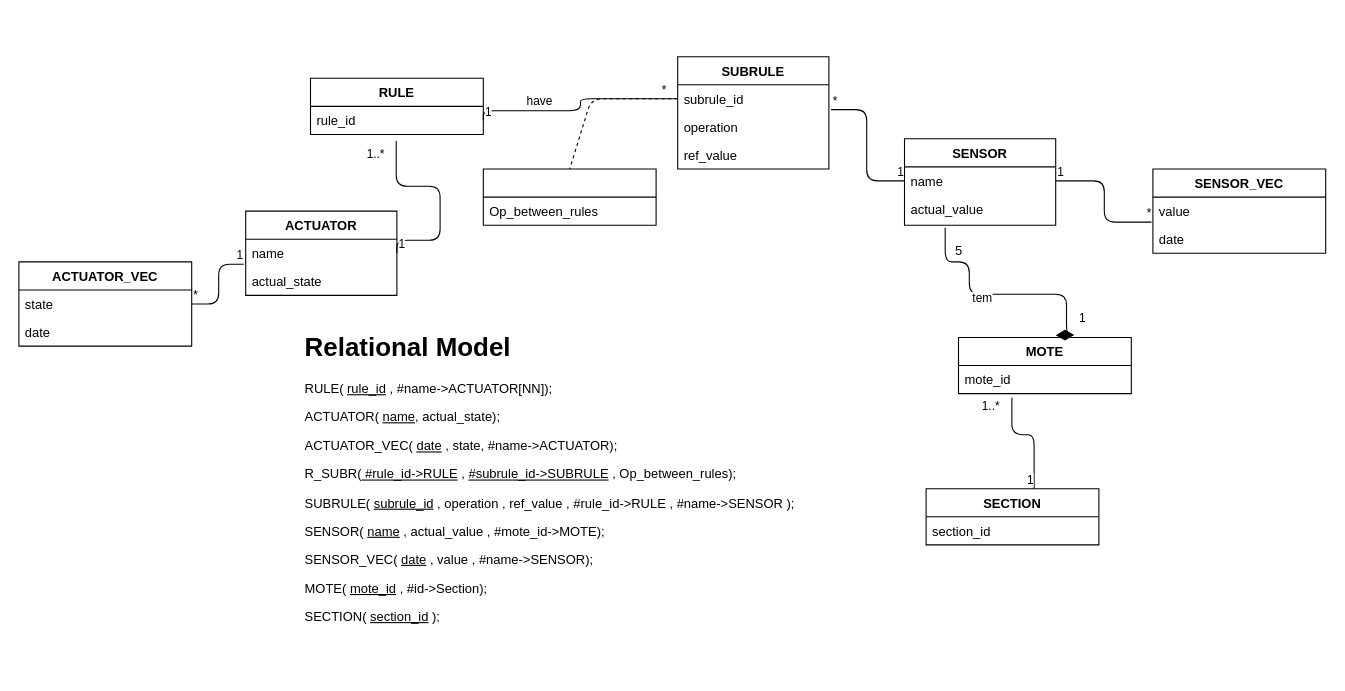
Before: page "Page-3" (3 of 3) of squematics/DB.drawio in Automation-yatata/Industry4.0-PizzaPlace, a draw.io diagram. Source tidied: cells renumbered, new cells numbered last; positions are measured from the earlier drawing's top-left corner, leaving out a move shared by most shapes. Both pictures are drawn from the tidied source at 108%, with x=0, y=0 at pixel (18, 56).
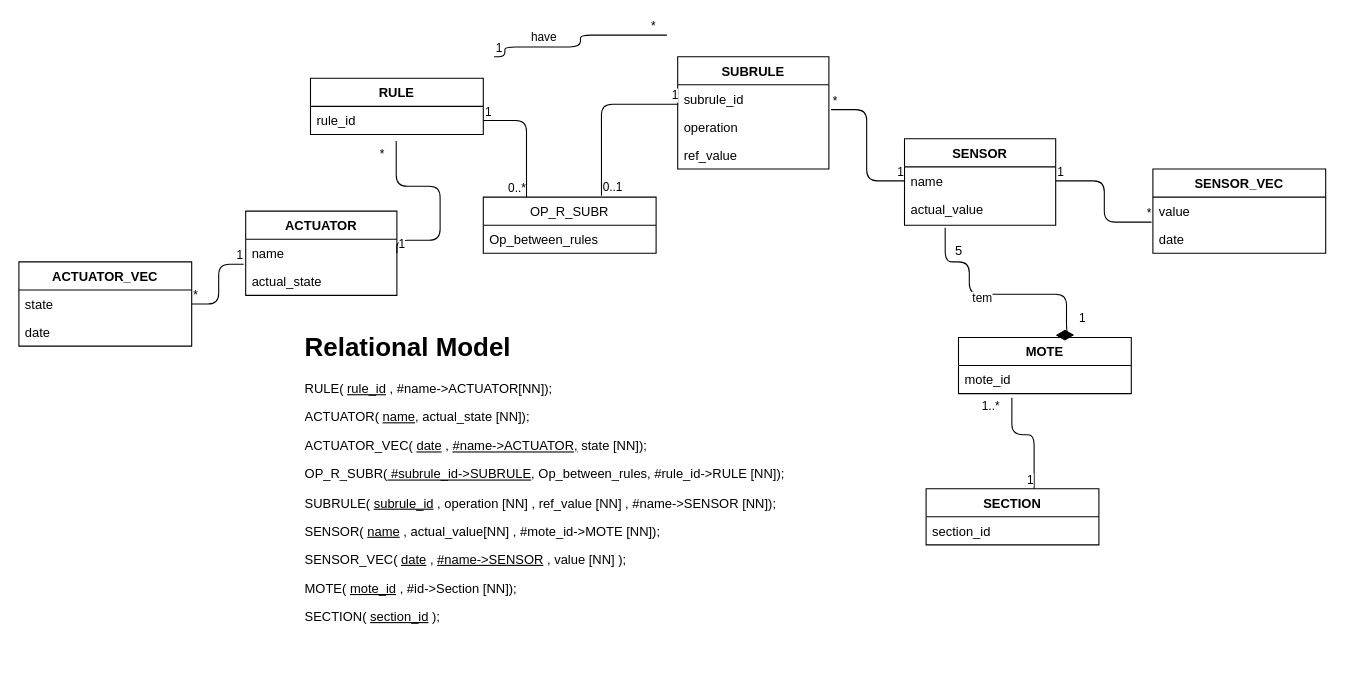
After the change.

The change refers to these unchanged cells:
```xml
<mxCell id="3" value="rule_id" style="text;strokeColor=none;fillColor=none;align=left;verticalAlign=top;spacingLeft=4;spacingRight=4;overflow=hidden;points=[[0,0.5],[1,0.5]];portConstraint=eastwest;fontStyle=0;" parent="2" vertex="1">
  <mxGeometry y="26" width="160" height="26" as="geometry" />
</mxCell>
<mxCell id="5" value="subrule_id" style="text;strokeColor=none;fillColor=none;align=left;verticalAlign=top;spacingLeft=4;spacingRight=4;overflow=hidden;points=[[0,0.5],[1,0.5]];portConstraint=eastwest;fontStyle=0;" parent="4" vertex="1">
  <mxGeometry y="26" width="140" height="26" as="geometry" />
</mxCell>
<mxCell id="18" style="endArrow=none;html=1;edgeStyle=orthogonalEdgeStyle;exitX=1;exitY=0.5;exitDx=0;exitDy=0;entryX=0.496;entryY=1.233;entryDx=0;entryDy=0;entryPerimeter=0;" parent="1" edge="1" source="16" target="3">
  <mxGeometry relative="1" as="geometry">
    <Array as="points">
      <mxPoint x="350" y="170" />
      <mxPoint x="390" y="170" />
      <mxPoint x="390" y="120" />
      <mxPoint x="349" y="120" />
    </Array>
  </mxGeometry>
</mxCell>
```

Diff of the diagram source:
```diff
@@
-    <mxCell id="8" style="endArrow=none;html=1;edgeStyle=orthogonalEdgeStyle;exitX=1;exitY=0.5;exitDx=0;exitDy=0;entryX=0;entryY=0.5;entryDx=0;entryDy=0;" parent="1" edge="1" source="3" target="5">
+    <mxCell id="8" style="endArrow=none;html=1;edgeStyle=orthogonalEdgeStyle;" parent="1" edge="1">
       <mxGeometry relative="1" as="geometry">
+        <mxPoint x="440" as="sourcePoint" />
+        <mxPoint x="600" y="-20" as="targetPoint" />
         <Array as="points">
-          <mxPoint x="430" y="50" />
-          <mxPoint x="520" y="50" />
-          <mxPoint x="520" y="39" />
+          <mxPoint x="450" />
+          <mxPoint x="450" y="-9" />
+          <mxPoint x="520" y="-9" />
+          <mxPoint x="520" y="-20" />
         </Array>
       </mxGeometry>
     </mxCell>
@@
-    <mxCell id="20" value="1..*" style="edgeLabel;html=1;align=right;verticalAlign=bottom;" parent="18" vertex="1">
+    <mxCell id="20" value="*" style="edgeLabel;html=1;align=right;verticalAlign=bottom;" parent="18" vertex="1">
       <mxGeometry x="1" relative="1" as="geometry">
         <mxPoint x="-10" y="20" as="offset" />
       </mxGeometry>
     </mxCell>
-    <mxCell id="21" style="endArrow=none;dashed=1;html=1;endFill=0;entryX=0.5;entryY=0;entryDx=0;entryDy=0;exitX=0;exitY=0.5;exitDx=0;exitDy=0;" parent="1" edge="1" source="5" target="22">
-      <mxGeometry relative="1" as="geometry">
-        <Array as="points">
-          <mxPoint x="530" y="39" />
-        </Array>
-      </mxGeometry>
-    </mxCell>
-    <mxCell id="22" style="swimlane;fontStyle=0;horizontal=1;startSize=26;fillColor=none;" parent="1" vertex="1">
-      <mxGeometry x="430" y="104" width="160" height="52" as="geometry" />
+    <mxCell id="22" value="OP_R_SUBR" style="swimlane;fontStyle=0;horizontal=1;startSize=26;fillColor=none;" parent="1" vertex="1">
+      <mxGeometry x="430" y="130" width="160" height="52" as="geometry" />
     </mxCell>
@@
-    <mxCell id="37" value="&lt;h1&gt;Relational Model&lt;/h1&gt;&lt;p&gt;RULE( &lt;u&gt;rule_id&lt;/u&gt; , #name-&amp;gt;ACTUATOR[NN]);&lt;/p&gt;&lt;p&gt;ACTUATOR( &lt;u&gt;name&lt;/u&gt;, actual_state);&lt;/p&gt;&lt;p&gt;ACTUATOR_VEC( &lt;u&gt;date&lt;/u&gt;&amp;nbsp;, state, #name-&amp;gt;ACTUATOR);&lt;/p&gt;&lt;p&gt;R_SUBR(&lt;u&gt; #rule_id-&amp;gt;RULE&lt;/u&gt; , &lt;u&gt;#subrule_id-&amp;gt;SUBRULE&lt;/u&gt; , Op_between_rules);&lt;/p&gt;&lt;p&gt;SUBRULE( &lt;u&gt;subrule_id&lt;/u&gt;&amp;nbsp;, operation , ref_value , #rule_id-&amp;gt;RULE , #name-&amp;gt;SENSOR );&lt;/p&gt;&lt;p&gt;SENSOR( &lt;u&gt;name&lt;/u&gt;&amp;nbsp;, actual_value , #mote_id-&amp;gt;MOTE);&lt;/p&gt;&lt;p&gt;SENSOR_VEC( &lt;u&gt;date&lt;/u&gt;&amp;nbsp;, value , #name-&amp;gt;SENSOR);&lt;/p&gt;&lt;p&gt;MOTE( &lt;u&gt;mote_id&lt;/u&gt;&amp;nbsp;, #id-&amp;gt;Section);&lt;/p&gt;&lt;p&gt;SECTION( &lt;u&gt;section_id&lt;/u&gt;&amp;nbsp;);&amp;nbsp;&lt;/p&gt;&lt;p&gt;&lt;br&gt;&lt;/p&gt;" style="text;html=1;strokeColor=none;fillColor=none;spacing=5;spacingTop=-20;whiteSpace=wrap;overflow=hidden;rounded=0;" parent="1" vertex="1">
+    <mxCell id="37" value="&lt;h1&gt;Relational Model&lt;/h1&gt;&lt;p&gt;RULE( &lt;u&gt;rule_id&lt;/u&gt; , #name-&amp;gt;ACTUATOR[NN]);&lt;/p&gt;&lt;p&gt;ACTUATOR( &lt;u&gt;name&lt;/u&gt;, actual_state [NN]);&lt;/p&gt;&lt;p&gt;ACTUATOR_VEC( &lt;u&gt;date&lt;/u&gt;&amp;nbsp;,&amp;nbsp;&lt;u&gt;#name-&amp;gt;ACTUATOR,&lt;/u&gt;&amp;nbsp;state [NN]);&lt;/p&gt;&lt;p&gt;OP_R_SUBR(&lt;u&gt; #subrule_id-&amp;gt;SUBRULE&lt;/u&gt;, Op_between_rules, #rule_id-&amp;gt;RULE [NN]);&lt;/p&gt;&lt;p&gt;SUBRULE( &lt;u&gt;subrule_id&lt;/u&gt;&amp;nbsp;, operation [NN] , ref_value [NN] , #name-&amp;gt;SENSOR [NN]);&lt;/p&gt;&lt;p&gt;SENSOR( &lt;u&gt;name&lt;/u&gt;&amp;nbsp;, actual_value[NN] , #mote_id-&amp;gt;MOTE [NN]);&lt;/p&gt;&lt;p&gt;SENSOR_VEC( &lt;u&gt;date&lt;/u&gt;&amp;nbsp;,&amp;nbsp;&lt;u&gt;#name-&amp;gt;SENSOR&lt;/u&gt;&amp;nbsp;, value [NN] );&lt;/p&gt;&lt;p&gt;MOTE( &lt;u&gt;mote_id&lt;/u&gt;&amp;nbsp;, #id-&amp;gt;Section [NN]);&lt;/p&gt;&lt;p&gt;SECTION( &lt;u&gt;section_id&lt;/u&gt;&amp;nbsp;);&amp;nbsp;&lt;/p&gt;&lt;p&gt;&lt;br&gt;&lt;/p&gt;" style="text;html=1;strokeColor=none;fillColor=none;spacing=5;spacingTop=-20;whiteSpace=wrap;overflow=hidden;rounded=0;" parent="1" vertex="1">
       <mxGeometry x="260" y="250" width="500" height="320" as="geometry" />
     </mxCell>
@@
+    <mxCell id="50" style="endArrow=none;html=1;edgeStyle=orthogonalEdgeStyle;exitX=1;exitY=0.5;exitDx=0;exitDy=0;entryX=0.25;entryY=0;entryDx=0;entryDy=0;" parent="1" edge="1" source="3" target="22">
+      <mxGeometry relative="1" as="geometry" />
+    </mxCell>
+    <mxCell id="51" value="1" style="edgeLabel;html=1;align=left;verticalAlign=bottom;" parent="50" vertex="1">
+      <mxGeometry x="-1" relative="1" as="geometry" />
+    </mxCell>
+    <mxCell id="52" value="0..*" style="edgeLabel;html=1;align=right;verticalAlign=bottom;" parent="50" vertex="1">
+      <mxGeometry x="1" relative="1" as="geometry" />
+    </mxCell>
+    <mxCell id="53" style="endArrow=none;html=1;edgeStyle=orthogonalEdgeStyle;entryX=0.003;entryY=0.691;entryDx=0;entryDy=0;entryPerimeter=0;exitX=0.684;exitY=-0.023;exitDx=0;exitDy=0;exitPerimeter=0;" parent="1" edge="1" source="22" target="5">
+      <mxGeometry relative="1" as="geometry" />
+    </mxCell>
+    <mxCell id="54" value="0..1" style="edgeLabel;html=1;align=left;verticalAlign=bottom;" parent="53" vertex="1">
+      <mxGeometry x="-1" relative="1" as="geometry" />
+    </mxCell>
+    <mxCell id="55" value="1" style="edgeLabel;html=1;align=right;verticalAlign=bottom;" parent="53" vertex="1">
+      <mxGeometry x="1" relative="1" as="geometry" />
+    </mxCell>
```
